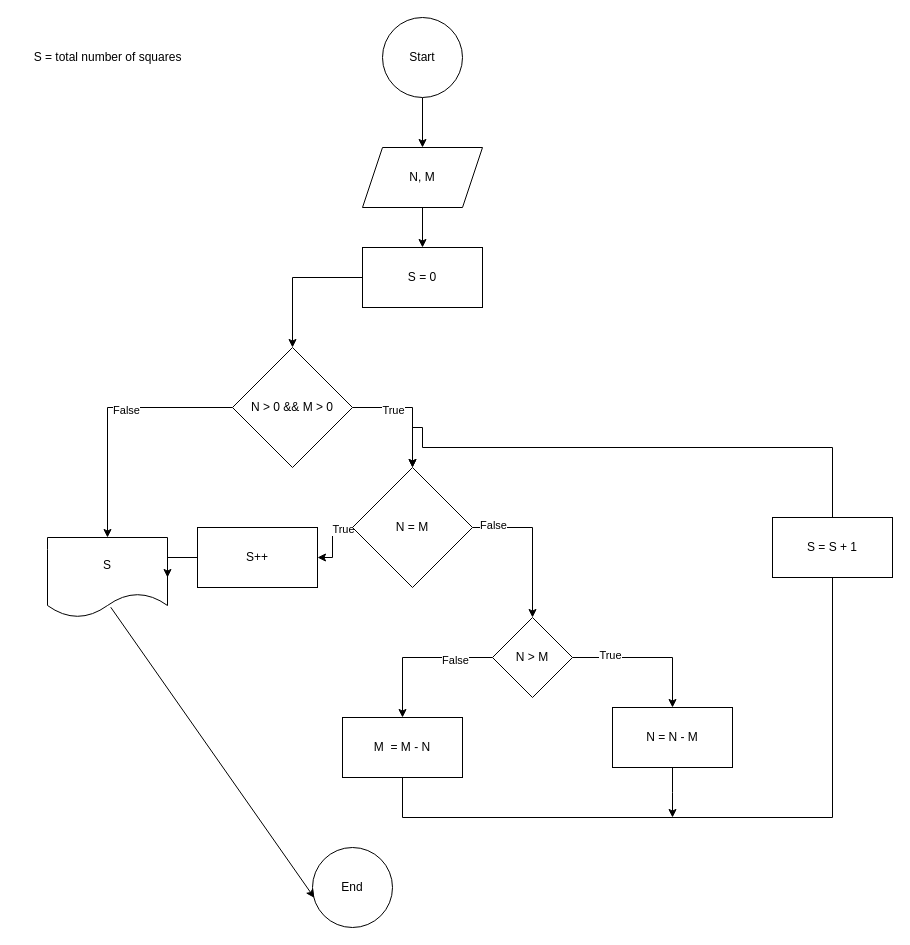
This is 7 rectangle to sqaure.drawio from uthmanigbin/university-work, a draw.io file, before an edit. Source tidied: cells renumbered, new cells numbered last; positions are measured from the earlier drawing's top-left corner, leaving out a move shared by most shapes. Both pictures are drawn from the tidied source at 100%, with x=0, y=0 at pixel (17, 17).
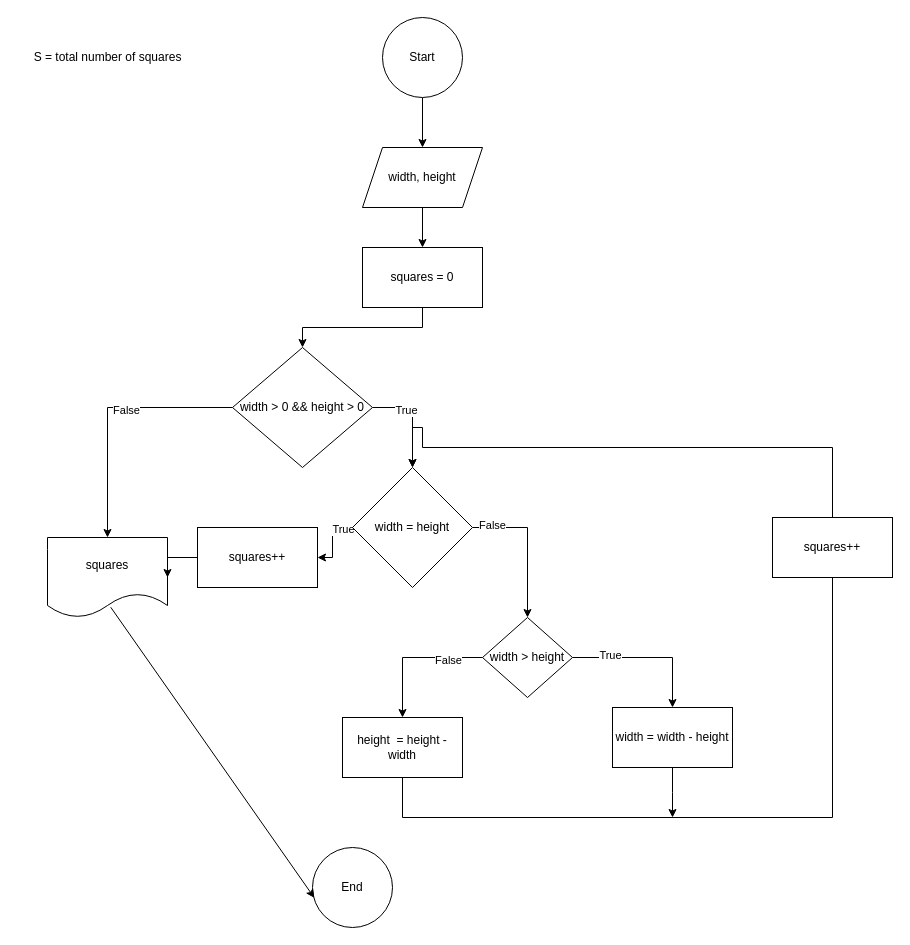
Above is the later version.

Change to the diagram source:
```diff
@@
-    <mxCell id="5" value="N, M" style="shape=parallelogram;perimeter=parallelogramPerimeter;whiteSpace=wrap;html=1;fixedSize=1;" parent="1" vertex="1">
+    <mxCell id="5" value="width, height" style="shape=parallelogram;perimeter=parallelogramPerimeter;whiteSpace=wrap;html=1;fixedSize=1;" parent="1" vertex="1">
       <mxGeometry x="345" y="130" width="120" height="60" as="geometry" />
     </mxCell>
@@
-    <mxCell id="7" value="S = 0" style="whiteSpace=wrap;html=1;" parent="1" vertex="1">
+    <mxCell id="7" value="squares = 0" style="whiteSpace=wrap;html=1;" parent="1" vertex="1">
       <mxGeometry x="345" y="230" width="120" height="60" as="geometry" />
     </mxCell>
@@
-    <mxCell id="13" value="N &amp;gt; 0 &amp;amp;&amp;amp; M &amp;gt; 0" style="rhombus;whiteSpace=wrap;html=1;" parent="1" vertex="1">
-      <mxGeometry x="215" y="330" width="120" height="120" as="geometry" />
+    <mxCell id="13" value="width &amp;gt; 0 &amp;amp;&amp;amp; height &amp;gt; 0" style="rhombus;whiteSpace=wrap;html=1;" parent="1" vertex="1">
+      <mxGeometry x="215" y="330" width="140" height="120" as="geometry" />
     </mxCell>
-    <mxCell id="14" value="S" style="shape=document;whiteSpace=wrap;html=1;boundedLbl=1;" parent="1" vertex="1">
+    <mxCell id="14" value="squares" style="shape=document;whiteSpace=wrap;html=1;boundedLbl=1;" parent="1" vertex="1">
       <mxGeometry x="30" y="520" width="120" height="80" as="geometry" />
     </mxCell>
@@
-    <mxCell id="20" value="N &amp;gt; M" style="rhombus;whiteSpace=wrap;html=1;" parent="1" vertex="1">
-      <mxGeometry x="475" y="600" width="80" height="80" as="geometry" />
+    <mxCell id="20" value="width &amp;gt; height" style="rhombus;whiteSpace=wrap;html=1;" parent="1" vertex="1">
+      <mxGeometry x="465" y="600" width="90" height="80" as="geometry" />
     </mxCell>
@@
-    <mxCell id="22" value="&lt;div&gt;N = N - M&lt;br&gt;&lt;/div&gt;" style="whiteSpace=wrap;html=1;" parent="1" vertex="1">
+    <mxCell id="22" value="&lt;div&gt;width = width - height&lt;br&gt;&lt;/div&gt;" style="whiteSpace=wrap;html=1;" parent="1" vertex="1">
       <mxGeometry x="595" y="690" width="120" height="60" as="geometry" />
     </mxCell>
@@
-    <mxCell id="24" value="M&amp;nbsp; = M - N" style="whiteSpace=wrap;html=1;" parent="1" vertex="1">
+    <mxCell id="24" value="height&amp;nbsp; = height - width" style="whiteSpace=wrap;html=1;" parent="1" vertex="1">
       <mxGeometry x="325" y="700" width="120" height="60" as="geometry" />
     </mxCell>
@@
-    <mxCell id="29" value="N = M" style="rhombus;whiteSpace=wrap;html=1;" parent="1" vertex="1">
+    <mxCell id="29" value="width = height" style="rhombus;whiteSpace=wrap;html=1;" parent="1" vertex="1">
       <mxGeometry x="335" y="450" width="120" height="120" as="geometry" />
     </mxCell>
@@
-    <mxCell id="32" value="S++" style="whiteSpace=wrap;html=1;" parent="1" vertex="1">
+    <mxCell id="32" value="squares++" style="whiteSpace=wrap;html=1;" parent="1" vertex="1">
       <mxGeometry x="180" y="510" width="120" height="60" as="geometry" />
     </mxCell>
-    <mxCell id="33" value="S = S + 1" style="rounded=0;whiteSpace=wrap;html=1;" parent="1" vertex="1">
+    <mxCell id="33" value="squares++" style="rounded=0;whiteSpace=wrap;html=1;" parent="1" vertex="1">
       <mxGeometry x="755" y="500" width="120" height="60" as="geometry" />
     </mxCell>
```
